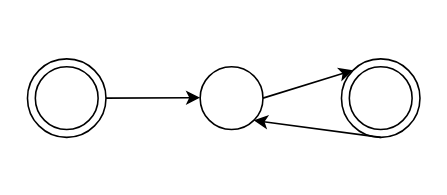
This is Diagram Tanpa Judul.drawio from NayaRPL/belajar01, a draw.io file, before an edit. Source tidied: cells renumbered, new cells numbered last; positions are measured from the earlier drawing's top-left corner, leaving out a move shared by most shapes. Both pictures are drawn from the tidied source at 157%, with x=0, y=0 at pixel (27, 58).
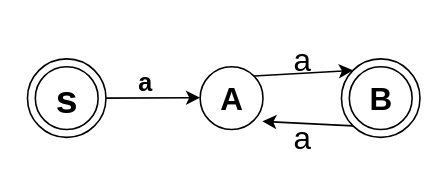
Above is the later version.

Change to the diagram source:
```diff
@@
 <mxGraphModel>
   <root>
     <mxCell id="0" />
     <mxCell id="1" parent="0" />
     <mxCell id="2" style="ellipse;whiteSpace=wrap;html=1;" parent="1" vertex="1">
       <mxGeometry width="50" height="50" as="geometry" />
     </mxCell>
     <mxCell id="3" style="ellipse;whiteSpace=wrap;html=1;" parent="1" vertex="1">
       <mxGeometry x="5" y="5" width="40" height="40" as="geometry" />
     </mxCell>
     <mxCell id="4" style="ellipse;whiteSpace=wrap;html=1;" parent="1" vertex="1">
       <mxGeometry x="200" width="50" height="50" as="geometry" />
     </mxCell>
     <mxCell id="5" style="ellipse;whiteSpace=wrap;html=1;" parent="1" vertex="1">
       <mxGeometry x="205" y="5" width="40" height="40" as="geometry" />
     </mxCell>
     <mxCell id="6" style="ellipse;whiteSpace=wrap;html=1;" parent="1" vertex="1">
       <mxGeometry x="110" y="5" width="40" height="40" as="geometry" />
     </mxCell>
     <mxCell id="7" style="endArrow=classic;html=1;rounded=0;exitX=1;exitY=0.5;exitDx=0;exitDy=0;" parent="1" edge="1" source="2">
       <mxGeometry relative="1" as="geometry">
         <mxPoint x="110" y="24.7" as="targetPoint" />
       </mxGeometry>
     </mxCell>
-    <mxCell id="8" style="endArrow=classic;html=1;rounded=0;exitX=1;exitY=0.5;exitDx=0;exitDy=0;entryX=0;entryY=0;entryDx=0;entryDy=0;" parent="1" edge="1" source="6" target="4">
+    <mxCell id="8" style="endArrow=classic;html=1;rounded=0;exitX=1;exitY=0;exitDx=0;exitDy=0;entryX=0;entryY=0;entryDx=0;entryDy=0;" parent="1" edge="1" source="6" target="4">
       <mxGeometry relative="1" as="geometry" />
     </mxCell>
-    <mxCell id="9" style="endArrow=classic;html=1;rounded=0;entryX=1;entryY=1;entryDx=0;entryDy=0;exitX=0.5;exitY=1;exitDx=0;exitDy=0;" parent="1" edge="1" source="4" target="6">
-      <mxGeometry relative="1" as="geometry" />
-    </mxCell>
+    <mxCell id="10" value="&lt;font style=&quot;font-size: 20px;&quot;&gt;a&lt;/font&gt;" style="text;html=1;align=center;verticalAlign=middle;strokeColor=none;fillColor=none;" parent="1" vertex="1">
+      <mxGeometry x="160" y="30" width="30" height="40" as="geometry" />
+    </mxCell>
+    <mxCell id="11" value="&lt;font style=&quot;font-size: 20px;&quot;&gt;a&lt;/font&gt;" style="text;html=1;align=center;verticalAlign=middle;strokeColor=none;fillColor=none;" parent="1" vertex="1">
+      <mxGeometry x="160" y="-20" width="30" height="40" as="geometry" />
+    </mxCell>
+    <mxCell id="12" value="&lt;font style=&quot;font-size: 16px;&quot;&gt;&lt;b&gt;a&lt;/b&gt;&lt;/font&gt;" style="text;html=1;align=center;verticalAlign=middle;strokeColor=none;fillColor=none;" parent="1" vertex="1">
+      <mxGeometry x="60" width="30" height="30" as="geometry" />
+    </mxCell>
+    <mxCell id="13" value="&lt;b style=&quot;border-color: var(--border-color);&quot;&gt;&lt;font style=&quot;font-size: 25px;&quot;&gt;s&lt;/font&gt;&lt;/b&gt;" style="text;html=1;align=center;verticalAlign=middle;strokeColor=none;fillColor=none;" parent="1" vertex="1">
+      <mxGeometry x="5" y="5" width="40" height="40" as="geometry" />
+    </mxCell>
+    <mxCell id="14" value="&lt;b style=&quot;border-color: var(--border-color); font-size: 20px;&quot;&gt;A&lt;/b&gt;" style="text;html=1;align=center;verticalAlign=middle;points=[];strokeColor=none;fillColor=none;" parent="1" vertex="1">
+      <mxGeometry x="110" y="5" width="40" height="40" as="geometry" />
+    </mxCell>
+    <mxCell id="15" value="&lt;b style=&quot;border-color: var(--border-color); font-size: 20px;&quot;&gt;B&lt;/b&gt;" style="text;html=1;align=center;verticalAlign=middle;strokeColor=none;fillColor=none;" parent="1" vertex="1">
+      <mxGeometry x="205" y="5" width="40" height="40" as="geometry" />
+    </mxCell>
+    <mxCell id="16" style="endArrow=classic;html=1;rounded=0;exitX=0;exitY=1;exitDx=0;exitDy=0;entryX=0.989;entryY=0.87;entryDx=0;entryDy=0;entryPerimeter=0;" parent="1" edge="1" source="4" target="14">
+      <mxGeometry relative="1" as="geometry" />
+    </mxCell>
   </root>
 </mxGraphModel>
```
